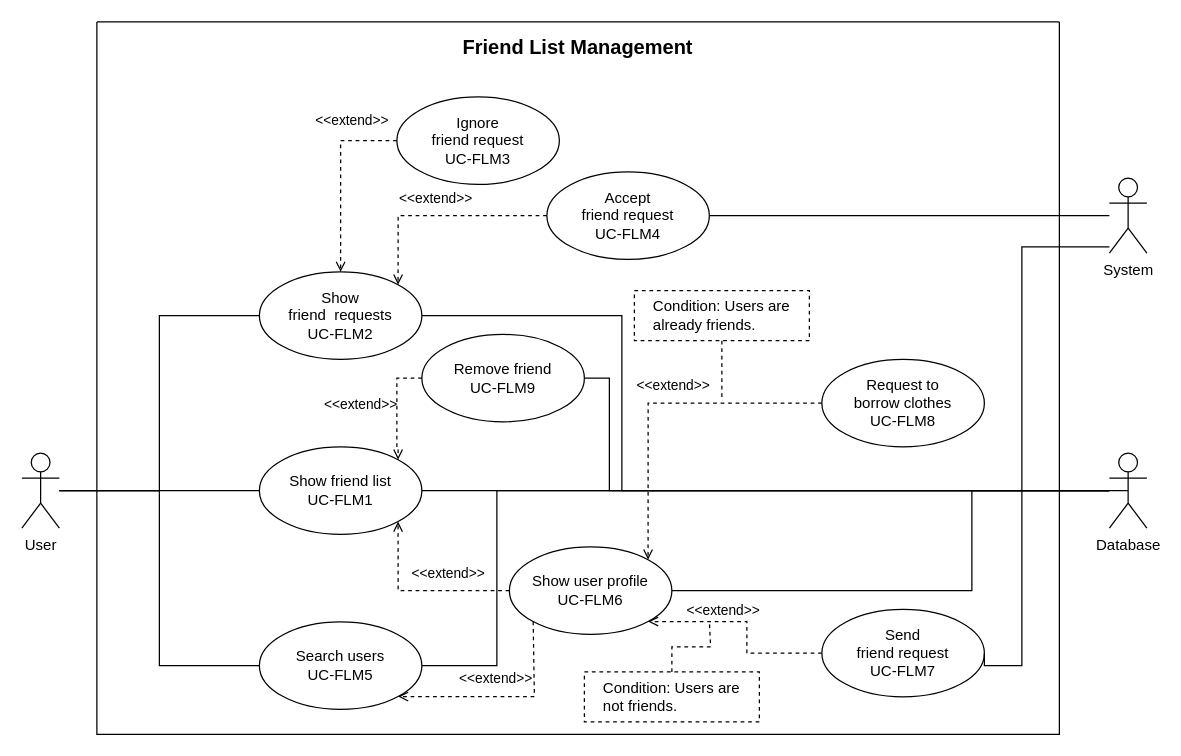
Above: docs/diagrams/UCD-friend-list-management.drawio in gienon-fer/SeekFit (draw.io), before the change. Source tidied: cells renumbered, new cells numbered last; positions are measured from the earlier drawing's top-left corner, leaving out a move shared by most shapes. Both pictures are drawn from the tidied source at 125%, with x=0, y=0 at pixel (21, 21).
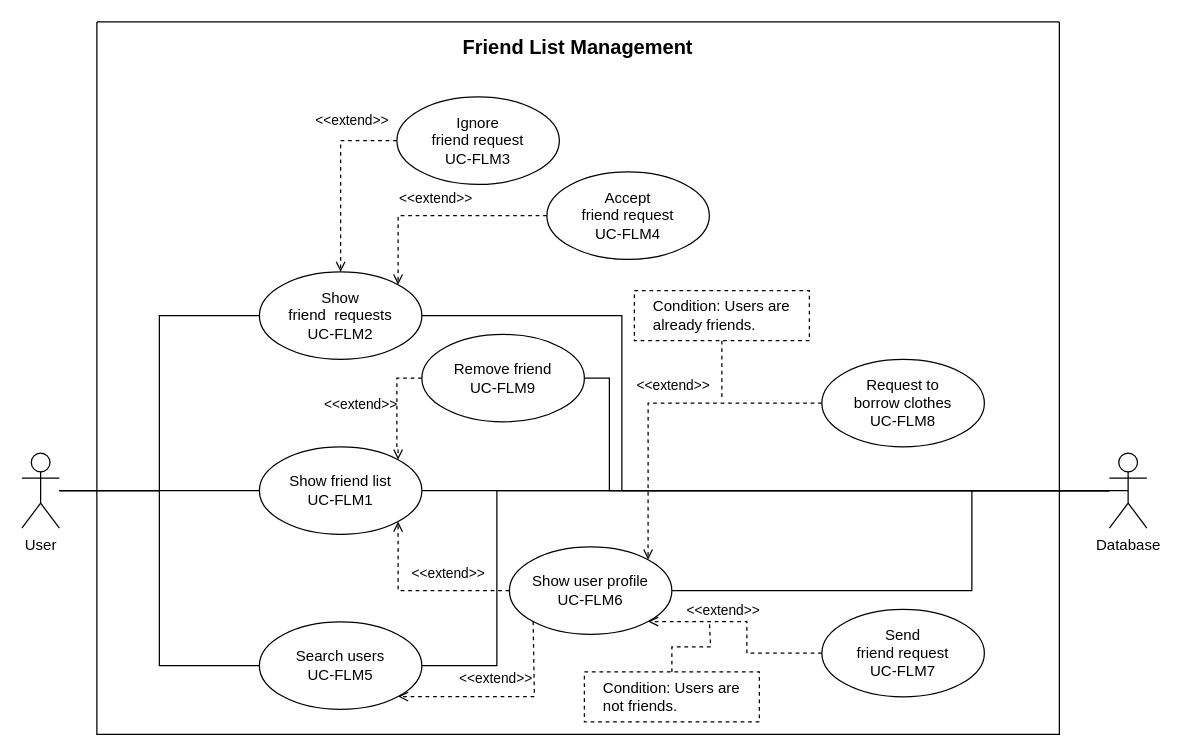
After the change.

Commit message (it also covers changes not shown here):
Edit managing outfits in calendar and friend list management ucd

Unchanged cells that the change refers to:
```xml
<mxCell id="11" value="&lt;div&gt;Accept&lt;/div&gt;&lt;div&gt;friend request&lt;/div&gt;&lt;div&gt;UC-FLM4&lt;br&gt;&lt;/div&gt;" style="ellipse;whiteSpace=wrap;html=1;fillColor=none;" parent="2" vertex="1">
  <mxGeometry x="360" y="120" width="130" height="70" as="geometry" />
</mxCell>
<mxCell id="16" value="&lt;div&gt;Send&lt;/div&gt;&lt;div&gt;friend request&lt;/div&gt;&lt;div&gt;UC-FLM7&lt;br&gt;&lt;/div&gt;" style="ellipse;whiteSpace=wrap;html=1;fillColor=none;" parent="2" vertex="1">
  <mxGeometry x="580" y="470" width="130" height="70" as="geometry" />
</mxCell>
```

Change to the diagram source:
```diff
@@
-    <mxCell id="40" style="edgeStyle=orthogonalEdgeStyle;rounded=0;jettySize=auto;html=1;entryX=1;entryY=0.5;entryDx=0;entryDy=0;endArrow=none;endFill=0;" parent="1" edge="1" source="42" target="11">
-      <mxGeometry relative="1" as="geometry" />
-    </mxCell>
-    <mxCell id="41" style="edgeStyle=orthogonalEdgeStyle;rounded=0;jettySize=auto;html=1;entryX=1;entryY=0.5;entryDx=0;entryDy=0;endArrow=none;endFill=0;" parent="1" edge="1" source="42" target="16">
-      <mxGeometry relative="1" as="geometry">
-        <Array as="points">
-          <mxPoint x="800" y="180" />
-          <mxPoint x="800" y="515" />
-        </Array>
-      </mxGeometry>
-    </mxCell>
-    <mxCell id="42" value="System" style="shape=umlActor;verticalLabelPosition=bottom;verticalAlign=top;html=1;outlineConnect=0;fillColor=none;" parent="1" vertex="1">
-      <mxGeometry x="870" y="125" width="30" height="60" as="geometry" />
-    </mxCell>
```
